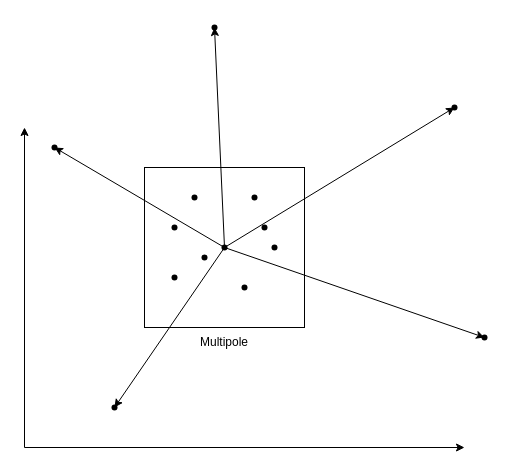
KuzAlexey/diplom keeps this draw.io diagram as Диаграмма без названия.drawio. Above is the earlier version. Source tidied: cells renumbered, new cells numbered last; positions are measured from the earlier drawing's top-left corner, leaving out a move shared by most shapes. Both pictures are drawn from the tidied source at 100%, with x=0, y=0 at pixel (24, 17).
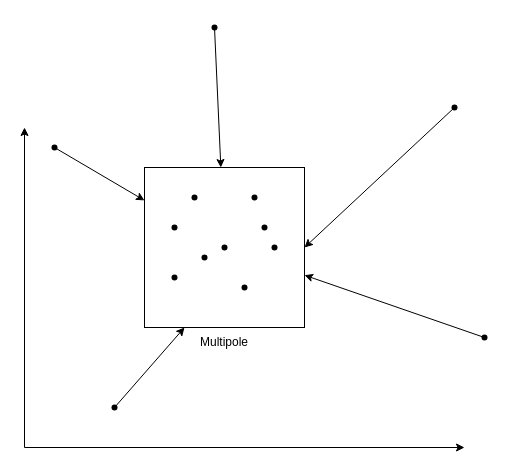
The same diagram, later.

Unchanged cells that the change refers to:
```xml
<mxCell id="4" style="whiteSpace=wrap;html=1;sketch=0;fillStyle=solid;strokeColor=default;align=center;verticalAlign=middle;fontFamily=Helvetica;fontSize=12;fontColor=default;fillColor=none;" parent="1" vertex="1">
  <mxGeometry x="120" y="150" width="160" height="160" as="geometry" />
</mxCell>
<mxCell id="13" style="shape=waypoint;sketch=0;fillStyle=solid;size=6;points=[];fillColor=none;perimeter=centerPerimeter;snapToPoint=1;" parent="1" vertex="1">
  <mxGeometry x="420" y="80" width="20" height="20" as="geometry" />
</mxCell>
<mxCell id="14" style="shape=waypoint;sketch=0;fillStyle=solid;size=6;points=[];fillColor=none;perimeter=centerPerimeter;snapToPoint=1;" parent="1" vertex="1">
  <mxGeometry x="180" width="20" height="20" as="geometry" />
</mxCell>
<mxCell id="15" style="shape=waypoint;sketch=0;fillStyle=solid;size=6;points=[];fillColor=none;perimeter=centerPerimeter;snapToPoint=1;strokeColor=default;align=center;verticalAlign=middle;fontFamily=Helvetica;fontSize=12;fontColor=default;" parent="1" vertex="1">
  <mxGeometry x="450" y="310" width="20" height="20" as="geometry" />
</mxCell>
<mxCell id="16" style="shape=waypoint;sketch=0;fillStyle=solid;size=6;points=[];fillColor=none;perimeter=centerPerimeter;snapToPoint=1;" parent="1" vertex="1">
  <mxGeometry x="80" y="380" width="20" height="20" as="geometry" />
</mxCell>
<mxCell id="17" style="shape=waypoint;sketch=0;fillStyle=solid;size=6;points=[];fillColor=none;perimeter=centerPerimeter;snapToPoint=1;strokeColor=default;align=center;verticalAlign=middle;fontFamily=Helvetica;fontSize=12;fontColor=default;" parent="1" vertex="1">
  <mxGeometry x="20" y="120" width="20" height="20" as="geometry" />
</mxCell>
<mxCell id="18" style="shape=waypoint;sketch=0;fillStyle=solid;size=6;points=[];fillColor=none;perimeter=centerPerimeter;snapToPoint=1;" parent="1" vertex="1">
  <mxGeometry x="190" y="220" width="20" height="20" as="geometry" />
</mxCell>
```

Change to the diagram source:
```diff
@@
-    <mxCell id="19" style="endArrow=classic;html=1;rounded=0;exitX=-0.25;exitY=0.25;exitDx=0;exitDy=0;exitPerimeter=0;entryX=0;entryY=0.4;entryDx=0;entryDy=0;entryPerimeter=0;" parent="1" edge="1" source="18" target="14">
-      <mxGeometry relative="1" as="geometry" />
-    </mxCell>
-    <mxCell id="20" style="endArrow=classic;html=1;rounded=0;entryX=0.85;entryY=0.8;entryDx=0;entryDy=0;entryPerimeter=0;" parent="1" edge="1" target="13">
-      <mxGeometry relative="1" as="geometry">
-        <mxPoint x="200" y="230" as="sourcePoint" />
-      </mxGeometry>
-    </mxCell>
-    <mxCell id="21" style="endArrow=classic;html=1;rounded=0;exitX=0.3;exitY=0.7;exitDx=0;exitDy=0;exitPerimeter=0;entryX=1.15;entryY=1.05;entryDx=0;entryDy=0;entryPerimeter=0;" parent="1" edge="1" source="18" target="17">
-      <mxGeometry relative="1" as="geometry" />
-    </mxCell>
-    <mxCell id="22" style="endArrow=classic;html=1;rounded=0;entryX=0.35;entryY=0.25;entryDx=0;entryDy=0;entryPerimeter=0;" parent="1" edge="1" target="15">
-      <mxGeometry relative="1" as="geometry">
-        <mxPoint x="200" y="230" as="sourcePoint" />
-      </mxGeometry>
-    </mxCell>
-    <mxCell id="23" style="endArrow=classic;html=1;rounded=0;exitX=0.85;exitY=1.05;exitDx=0;exitDy=0;exitPerimeter=0;entryX=-0.2;entryY=1.35;entryDx=0;entryDy=0;entryPerimeter=0;" parent="1" edge="1" source="18" target="16">
-      <mxGeometry relative="1" as="geometry" />
-    </mxCell>
@@
+    <mxCell id="25" style="endArrow=classic;html=1;rounded=0;exitX=0.8;exitY=0.7;exitDx=0;exitDy=0;exitPerimeter=0;" parent="1" edge="1" source="17" target="4">
+      <mxGeometry relative="1" as="geometry" />
+    </mxCell>
+    <mxCell id="26" style="endArrow=classic;html=1;rounded=0;exitX=0.65;exitY=0.9;exitDx=0;exitDy=0;exitPerimeter=0;" parent="1" edge="1" source="14" target="4">
+      <mxGeometry relative="1" as="geometry" />
+    </mxCell>
+    <mxCell id="27" style="endArrow=classic;html=1;rounded=0;exitX=0.35;exitY=0.9;exitDx=0;exitDy=0;exitPerimeter=0;entryX=1;entryY=0.5;entryDx=0;entryDy=0;" parent="1" edge="1" source="13" target="4">
+      <mxGeometry relative="1" as="geometry" />
+    </mxCell>
+    <mxCell id="28" style="endArrow=classic;html=1;rounded=0;exitX=0.55;exitY=0.2;exitDx=0;exitDy=0;exitPerimeter=0;" parent="1" edge="1" source="16">
+      <mxGeometry relative="1" as="geometry">
+        <mxPoint x="160" y="310" as="targetPoint" />
+      </mxGeometry>
+    </mxCell>
+    <mxCell id="29" style="endArrow=classic;html=1;rounded=0;exitX=0.15;exitY=0.3;exitDx=0;exitDy=0;exitPerimeter=0;" parent="1" edge="1" source="15" target="4">
+      <mxGeometry relative="1" as="geometry" />
+    </mxCell>
```
